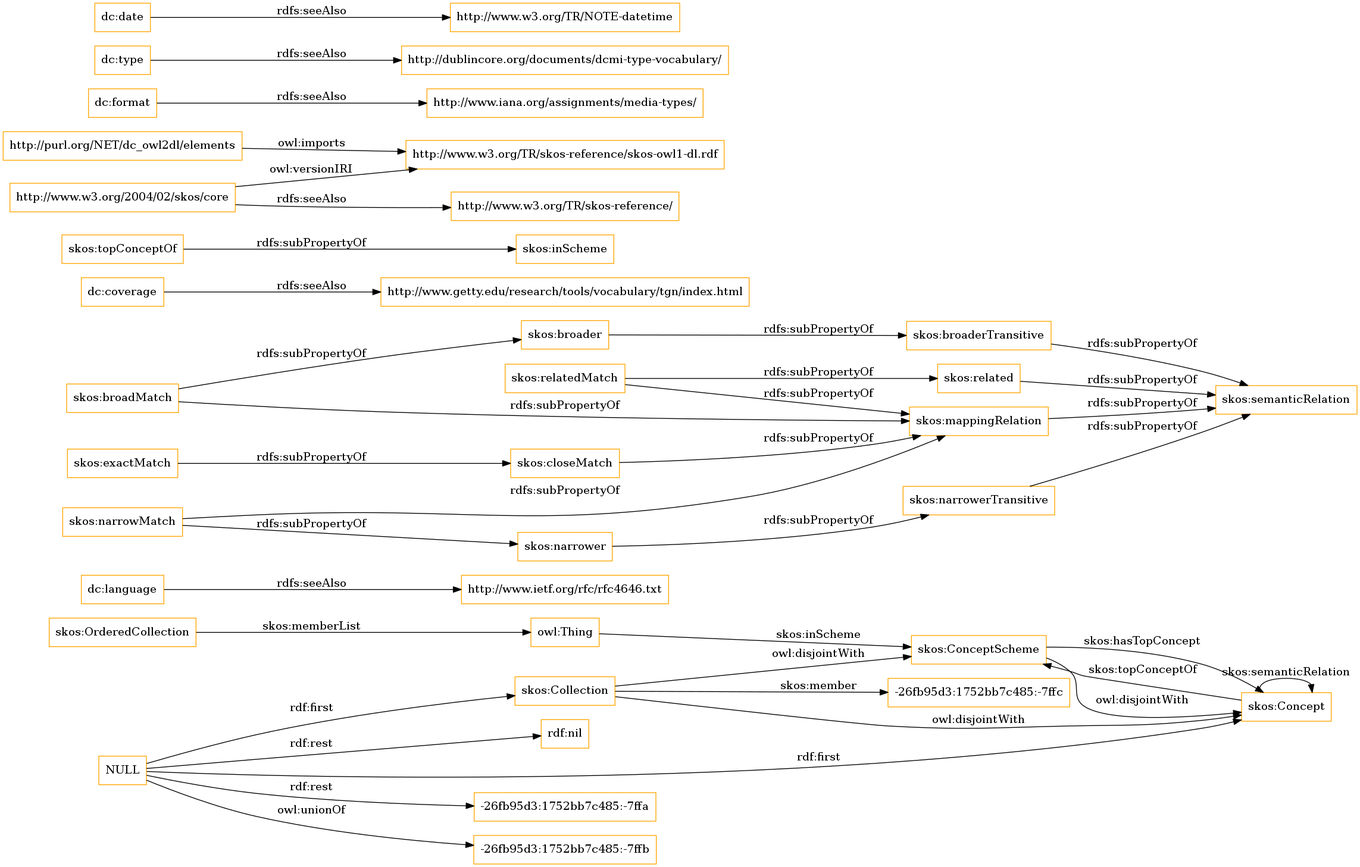
Earlier version of the Graphviz export OnToology/imports/elements.owl/diagrams/ar2dtool-class/elements.owl.png (OnToologyUser/core-ontology-1). Its source is kept beside it as OnToology/imports/elements.owl/diagrams/ar2dtool-class/elements.owl.png.dot.
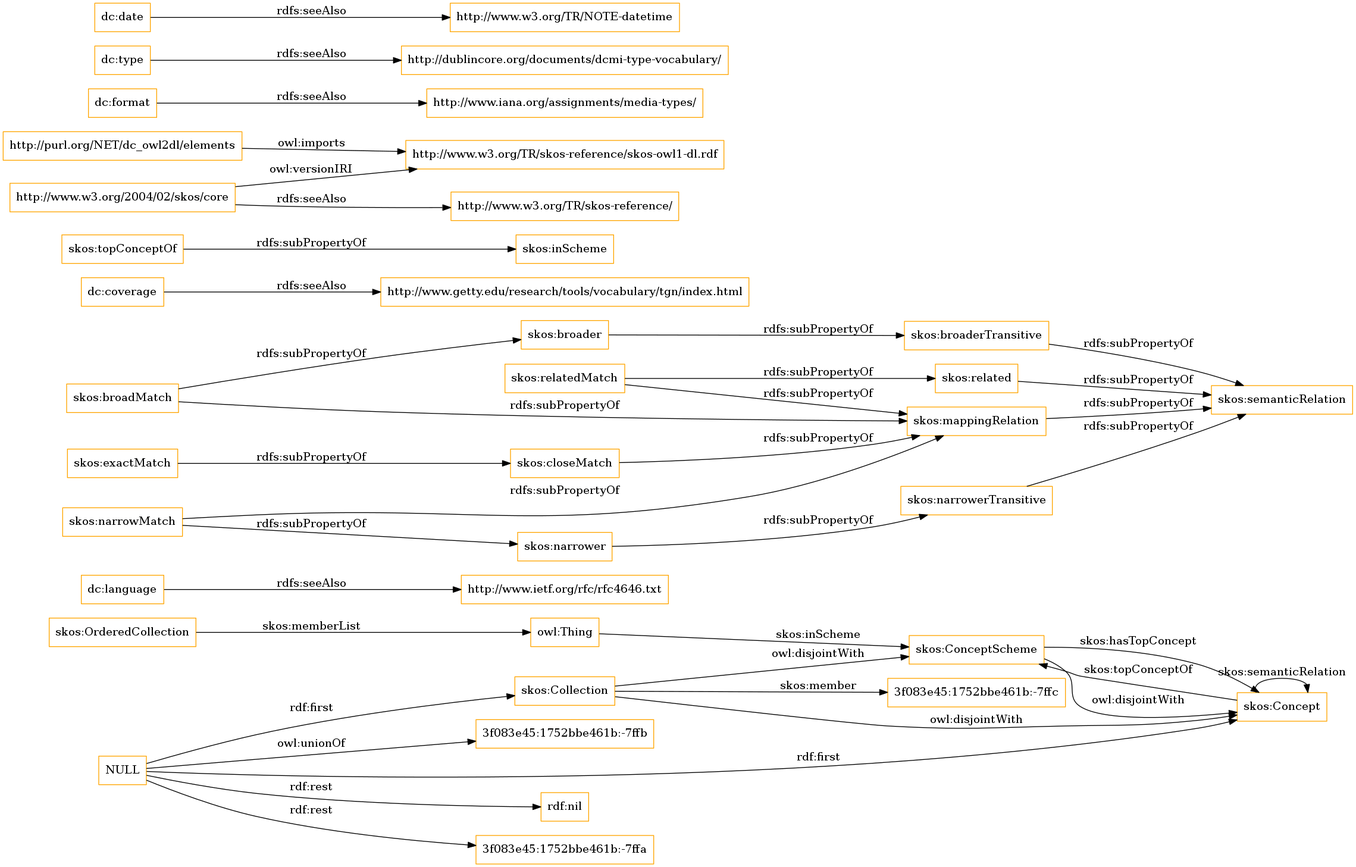
The same file after the commit.

Diff of the diagram source:
```diff
@@ -1,13 +1,13 @@
 digraph ar2dtool_diagram {
 rankdir=LR;
 size="1501"
-node [shape = rectangle, color="orange"]; "-26fb95d3:1752bb7c485:-7ffc" "skos:OrderedCollection" "skos:Collection" "skos:ConceptScheme" "skos:Concept" ; /*classes style*/
+node [shape = rectangle, color="orange"]; "3f083e45:1752bbe461b:-7ffc" "skos:OrderedCollection" "skos:Collection" "skos:ConceptScheme" "skos:Concept" ; /*classes style*/
 	"dc:language" -> "http://www.ietf.org/rfc/rfc4646.txt" [ label = "rdfs:seeAlso" ];
-	"NULL" -> "-26fb95d3:1752bb7c485:-7ffa" [ label = "rdf:rest" ];
-	"NULL" -> "skos:Concept" [ label = "rdf:first" ];
-	"NULL" -> "-26fb95d3:1752bb7c485:-7ffb" [ label = "owl:unionOf" ];
 	"NULL" -> "rdf:nil" [ label = "rdf:rest" ];
 	"NULL" -> "skos:Collection" [ label = "rdf:first" ];
+	"NULL" -> "3f083e45:1752bbe461b:-7ffa" [ label = "rdf:rest" ];
+	"NULL" -> "skos:Concept" [ label = "rdf:first" ];
+	"NULL" -> "3f083e45:1752bbe461b:-7ffb" [ label = "owl:unionOf" ];
 	"skos:closeMatch" -> "skos:mappingRelation" [ label = "rdfs:subPropertyOf" ];
 	"dc:coverage" -> "http://www.getty.edu/research/tools/vocabulary/tgn/index.html" [ label = "rdfs:seeAlso" ];
 	"skos:relatedMatch" -> "skos:related" [ label = "rdfs:subPropertyOf" ];
@@ -36,7 +36,7 @@
 	"skos:OrderedCollection" -> "owl:Thing" [ label = "skos:memberList" ];
 	"skos:Concept" -> "skos:ConceptScheme" [ label = "skos:topConceptOf" ];
 	"skos:Concept" -> "skos:Concept" [ label = "skos:semanticRelation" ];
-	"skos:Collection" -> "-26fb95d3:1752bb7c485:-7ffc" [ label = "skos:member" ];
+	"skos:Collection" -> "3f083e45:1752bbe461b:-7ffc" [ label = "skos:member" ];
 	"skos:ConceptScheme" -> "skos:Concept" [ label = "skos:hasTopConcept" ];
 	"owl:Thing" -> "skos:ConceptScheme" [ label = "skos:inScheme" ];
 
```
